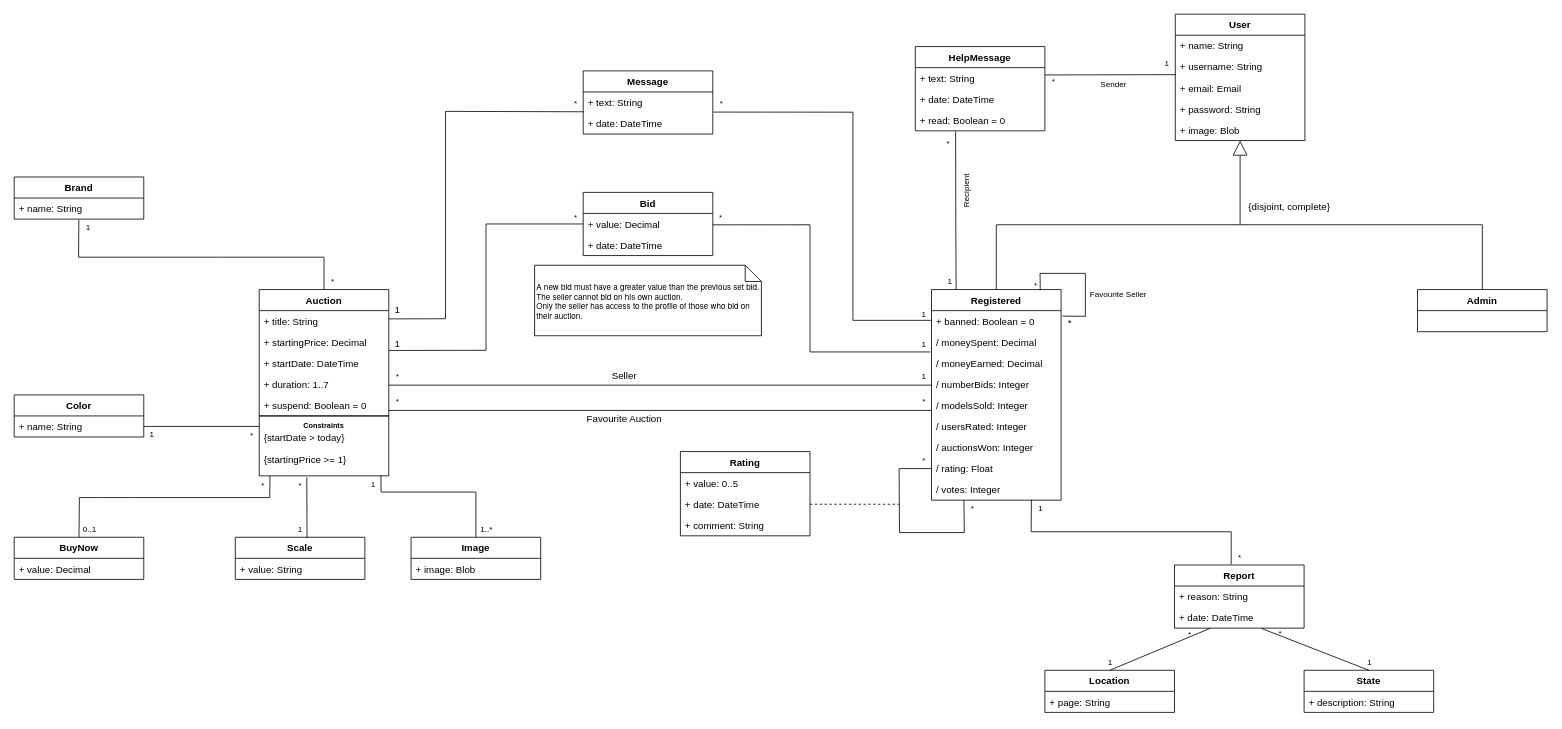
edurbrito/carbay keeps this draw.io diagram as docs/ebd/uml.drawio. Above is the earlier version. Source tidied: cells renumbered, new cells numbered last; positions are measured from the earlier drawing's top-left corner, leaving out a move shared by most shapes. Both pictures are drawn from the tidied source at 81%, with x=0, y=0 at pixel (14, 14).
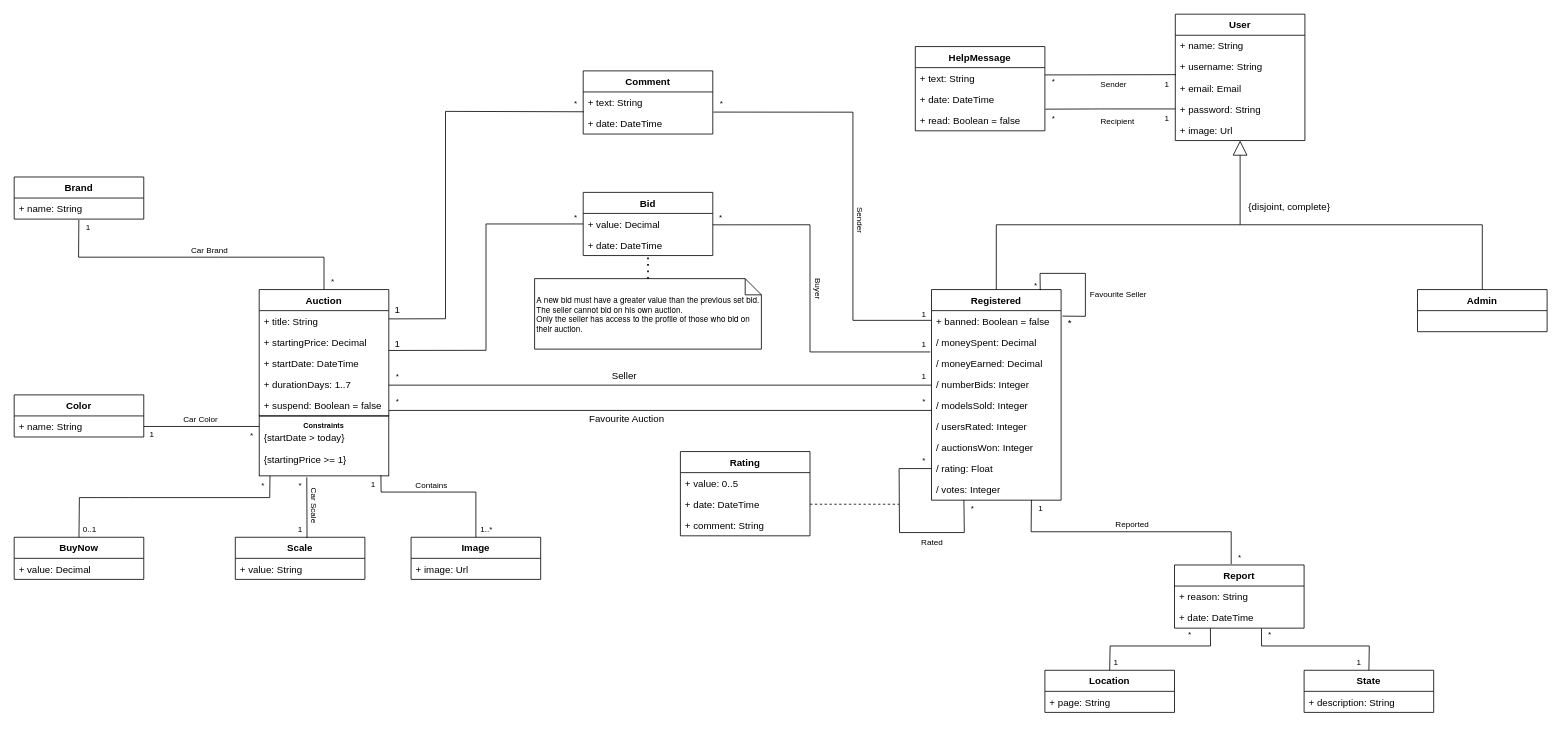
After the change.

Commit message:
Corrections uml

The change refers to these unchanged cells:
```xml
<mxCell id="2" value="Auction" style="swimlane;fontStyle=1;align=center;verticalAlign=top;horizontal=1;startSize=26;" parent="1" vertex="1">
  <mxGeometry x="302.5" y="340" width="160" height="156" as="geometry" />
</mxCell>
<mxCell id="8" value="User" style="swimlane;fontStyle=1;align=center;verticalAlign=top;horizontal=1;startSize=26;" parent="1" vertex="1">
  <mxGeometry x="1433.5" width="160" height="156" as="geometry" />
</mxCell>
<mxCell id="12" value="+ password: String" style="text;strokeColor=none;fillColor=none;align=left;verticalAlign=top;spacingLeft=4;spacingRight=4;overflow=hidden;points=[[0,0.5],[1,0.5]];portConstraint=eastwest;" parent="8" vertex="1">
  <mxGeometry y="104" width="160" height="26" as="geometry" />
</mxCell>
<mxCell id="14" value="Registered" style="swimlane;fontStyle=1;align=center;verticalAlign=top;horizontal=1;startSize=26;" parent="1" vertex="1">
  <mxGeometry x="1132.5" y="340" width="160" height="260" as="geometry" />
</mxCell>
<mxCell id="39" value="HelpMessage" style="swimlane;fontStyle=1;align=center;verticalAlign=top;horizontal=1;startSize=26;" parent="1" vertex="1">
  <mxGeometry x="1112.5" y="40" width="160" height="104" as="geometry" />
</mxCell>
<mxCell id="52" value="+ date: DateTime" style="text;strokeColor=none;fillColor=none;align=left;verticalAlign=top;spacingLeft=4;spacingRight=4;overflow=hidden;points=[[0,0.5],[1,0.5]];portConstraint=eastwest;" parent="50" vertex="1">
  <mxGeometry y="52" width="160" height="26" as="geometry" />
</mxCell>
<mxCell id="53" value="State" style="swimlane;fontStyle=1;align=center;verticalAlign=top;horizontal=1;startSize=26;" parent="1" vertex="1">
  <mxGeometry x="1592.5" y="810" width="160" height="52" as="geometry" />
</mxCell>
<mxCell id="55" value="Location" style="swimlane;fontStyle=1;align=center;verticalAlign=top;horizontal=1;startSize=26;" parent="1" vertex="1">
  <mxGeometry x="1272.5" y="810" width="160" height="52" as="geometry" />
</mxCell>
<mxCell id="63" style="endArrow=none;html=1;entryX=0.771;entryY=0.985;entryDx=0;entryDy=0;rounded=0;entryPerimeter=0;" parent="1" edge="1" target="25">
  <mxGeometry relative="1" as="geometry">
    <mxPoint x="1502.5" y="679" as="sourcePoint" />
    <Array as="points">
      <mxPoint x="1502.5" y="639" />
      <mxPoint x="1255.5" y="639" />
    </Array>
  </mxGeometry>
</mxCell>
<mxCell id="72" value="Bid" style="swimlane;fontStyle=1;align=center;verticalAlign=top;horizontal=1;startSize=26;" parent="1" vertex="1">
  <mxGeometry x="702.5" y="220" width="160" height="78" as="geometry" />
</mxCell>
<mxCell id="78" style="endArrow=none;html=1;entryX=-0.01;entryY=-0.038;entryDx=0;entryDy=0;entryPerimeter=0;exitX=1;exitY=0.541;exitDx=0;exitDy=0;rounded=0;exitPerimeter=0;" parent="1" edge="1" source="73" target="17">
  <mxGeometry relative="1" as="geometry">
    <Array as="points">
      <mxPoint x="982.5" y="260" />
      <mxPoint x="982.5" y="417" />
    </Array>
  </mxGeometry>
</mxCell>
<mxCell id="84" style="endArrow=none;html=1;entryX=-0.01;entryY=-0.038;entryDx=0;entryDy=0;entryPerimeter=0;exitX=1.004;exitY=0.957;exitDx=0;exitDy=0;rounded=0;exitPerimeter=0;" parent="1" edge="1" source="76">
  <mxGeometry relative="1" as="geometry">
    <mxPoint x="1132.9" y="378" as="targetPoint" />
    <Array as="points">
      <mxPoint x="1035.5" y="121" />
      <mxPoint x="1035.5" y="378" />
    </Array>
  </mxGeometry>
</mxCell>
<mxCell id="102" value="Image" style="swimlane;fontStyle=1;align=center;verticalAlign=top;horizontal=1;startSize=26;" parent="1" vertex="1">
  <mxGeometry x="490" y="645.8" width="160" height="52" as="geometry" />
</mxCell>
<mxCell id="106" style="html=1;fillColor=none;" parent="1" vertex="1">
  <mxGeometry x="302.5" y="496" width="160" height="74" as="geometry" />
</mxCell>
<mxCell id="111" style="endArrow=none;html=1;fontSize=10;exitX=0.952;exitY=1.048;exitDx=0;exitDy=0;exitPerimeter=0;entryX=0.938;entryY=0.051;entryDx=0;entryDy=0;entryPerimeter=0;" parent="1" edge="1" source="101" target="112">
  <mxGeometry relative="1" as="geometry" />
</mxCell>
<mxCell id="115" style="endArrow=none;html=1;fontSize=10;entryX=0;entryY=0.5;entryDx=0;entryDy=0;" parent="1" edge="1" source="97" target="107">
  <mxGeometry relative="1" as="geometry" />
</mxCell>
<mxCell id="117" style="endArrow=none;html=1;exitX=0.5;exitY=0;exitDx=0;exitDy=0;rounded=0;entryX=0.499;entryY=1.038;entryDx=0;entryDy=0;entryPerimeter=0;" parent="1" edge="1" source="2" target="94">
  <mxGeometry relative="1" as="geometry">
    <Array as="points">
      <mxPoint x="382.5" y="300" />
      <mxPoint x="252.5" y="300" />
      <mxPoint x="79.5" y="300" />
    </Array>
  </mxGeometry>
</mxCell>
```

What changed in the source:
```diff
@@
-    <mxCell id="6" value="+ duration: 1..7" style="text;strokeColor=none;fillColor=none;align=left;verticalAlign=top;spacingLeft=4;spacingRight=4;overflow=hidden;" parent="2" vertex="1">
+    <mxCell id="6" value="+ durationDays: 1..7" style="text;strokeColor=none;fillColor=none;align=left;verticalAlign=top;spacingLeft=4;spacingRight=4;overflow=hidden;" parent="2" vertex="1">
       <mxGeometry y="104" width="160" height="26" as="geometry" />
     </mxCell>
-    <mxCell id="7" value="+ suspend: Boolean = 0" style="text;strokeColor=none;fillColor=none;align=left;verticalAlign=top;spacingLeft=4;spacingRight=4;overflow=hidden;" parent="2" vertex="1">
+    <mxCell id="7" value="+ suspend: Boolean = false" style="text;strokeColor=none;fillColor=none;align=left;verticalAlign=top;spacingLeft=4;spacingRight=4;overflow=hidden;" parent="2" vertex="1">
       <mxGeometry y="130" width="160" height="26" as="geometry" />
     </mxCell>
@@
-    <mxCell id="13" value="+ image: Blob" style="text;strokeColor=none;fillColor=none;align=left;verticalAlign=top;spacingLeft=4;spacingRight=4;overflow=hidden;points=[[0,0.5],[1,0.5]];portConstraint=eastwest;" parent="8" vertex="1">
+    <mxCell id="13" value="+ image: Url" style="text;strokeColor=none;fillColor=none;align=left;verticalAlign=top;spacingLeft=4;spacingRight=4;overflow=hidden;points=[[0,0.5],[1,0.5]];portConstraint=eastwest;" parent="8" vertex="1">
       <mxGeometry y="130" width="160" height="26" as="geometry" />
     </mxCell>
@@
-    <mxCell id="15" value="+ banned: Boolean = 0" style="text;strokeColor=none;fillColor=none;align=left;verticalAlign=top;spacingLeft=4;spacingRight=4;overflow=hidden;points=[[0,0.5],[1,0.5]];portConstraint=eastwest;" parent="14" vertex="1">
+    <mxCell id="15" value="+ banned: Boolean = false" style="text;strokeColor=none;fillColor=none;align=left;verticalAlign=top;spacingLeft=4;spacingRight=4;overflow=hidden;points=[[0,0.5],[1,0.5]];portConstraint=eastwest;" parent="14" vertex="1">
       <mxGeometry y="26" width="160" height="26" as="geometry" />
     </mxCell>
@@
     <mxCell id="38" value="&lt;font style=&quot;font-size: 10px&quot;&gt;*&lt;/font&gt;" style="text;html=1;align=center;verticalAlign=middle;" parent="1" vertex="1">
-      <mxGeometry x="1142.5" y="149" width="20" height="20" as="geometry" />
+      <mxGeometry x="1272.5" y="118" width="20" height="20" as="geometry" />
     </mxCell>
@@
-    <mxCell id="42" value="+ read: Boolean = 0" style="text;strokeColor=none;fillColor=none;align=left;verticalAlign=top;spacingLeft=4;spacingRight=4;overflow=hidden;points=[[0,0.5],[1,0.5]];portConstraint=eastwest;" parent="39" vertex="1">
+    <mxCell id="42" value="+ read: Boolean = false" style="text;strokeColor=none;fillColor=none;align=left;verticalAlign=top;spacingLeft=4;spacingRight=4;overflow=hidden;points=[[0,0.5],[1,0.5]];portConstraint=eastwest;" parent="39" vertex="1">
       <mxGeometry y="78" width="160" height="26" as="geometry" />
     </mxCell>
@@
     <mxCell id="44" value="&lt;font style=&quot;font-size: 10px&quot;&gt;1&lt;/font&gt;" style="text;html=1;align=center;verticalAlign=middle;" parent="1" vertex="1">
-      <mxGeometry x="1144.5" y="320" width="20" height="20" as="geometry" />
+      <mxGeometry x="1412.5" y="118" width="20" height="20" as="geometry" />
     </mxCell>
-    <mxCell id="45" style="endArrow=none;html=1;exitX=0.115;exitY=0;exitDx=0;exitDy=0;exitPerimeter=0;entryX=0.311;entryY=1.033;entryDx=0;entryDy=0;entryPerimeter=0;" parent="1" edge="1">
+    <mxCell id="45" style="endArrow=none;html=1;exitX=0;exitY=0.5;exitDx=0;exitDy=0;entryX=1.004;entryY=-0.028;entryDx=0;entryDy=0;entryPerimeter=0;" parent="1" edge="1" source="12" target="42">
       <mxGeometry relative="1" as="geometry">
-        <mxPoint x="1162.9" y="340" as="sourcePoint" />
-        <mxPoint x="1162.3" y="144.9" as="targetPoint" />
         <Array as="points">
-          <mxPoint x="1162.5" y="260" />
+          <mxPoint x="1340" y="117" />
         </Array>
       </mxGeometry>
     </mxCell>
-    <mxCell id="46" value="&lt;font style=&quot;font-size: 10px&quot;&gt;Recipient&lt;/font&gt;" style="edgeLabel;html=1;align=center;verticalAlign=middle;rotation=-90;" parent="45" vertex="1">
+    <mxCell id="46" value="&lt;font style=&quot;font-size: 10px&quot;&gt;Recipient&lt;/font&gt;" style="edgeLabel;html=1;align=center;verticalAlign=middle;rotation=0;" parent="45" vertex="1">
       <mxGeometry x="0.01" y="-2" relative="1" as="geometry">
-        <mxPoint x="9.9" y="-21.8" as="offset" />
+        <mxPoint x="9.4" y="16" as="offset" />
       </mxGeometry>
     </mxCell>
     <mxCell id="47" value="&lt;font style=&quot;font-size: 10px&quot;&gt;1&lt;/font&gt;" style="text;html=1;align=center;verticalAlign=middle;" parent="1" vertex="1">
-      <mxGeometry x="1412.5" y="51" width="20" height="20" as="geometry" />
+      <mxGeometry x="1412.5" y="76" width="20" height="20" as="geometry" />
     </mxCell>
@@
-    <mxCell id="57" style="endArrow=none;html=1;exitX=0.5;exitY=0;exitDx=0;exitDy=0;entryX=0.277;entryY=1.005;entryDx=0;entryDy=0;entryPerimeter=0;" parent="1" edge="1" source="55" target="52">
-      <mxGeometry relative="1" as="geometry" />
+    <mxCell id="57" style="endArrow=none;html=1;exitX=0.5;exitY=0;exitDx=0;exitDy=0;entryX=0.277;entryY=1.005;entryDx=0;entryDy=0;entryPerimeter=0;rounded=0;" parent="1" edge="1" source="55" target="52">
+      <mxGeometry relative="1" as="geometry">
+        <Array as="points">
+          <mxPoint x="1353" y="780" />
+          <mxPoint x="1477" y="780" />
+        </Array>
+      </mxGeometry>
     </mxCell>
-    <mxCell id="58" style="endArrow=none;html=1;exitX=0.5;exitY=0;exitDx=0;exitDy=0;entryX=0.671;entryY=1.013;entryDx=0;entryDy=0;entryPerimeter=0;" parent="1" edge="1" source="53" target="52">
-      <mxGeometry relative="1" as="geometry" />
+    <mxCell id="58" style="endArrow=none;html=1;exitX=0.5;exitY=0;exitDx=0;exitDy=0;entryX=0.671;entryY=1.013;entryDx=0;entryDy=0;entryPerimeter=0;rounded=0;" parent="1" edge="1" source="53" target="52">
+      <mxGeometry relative="1" as="geometry">
+        <Array as="points">
+          <mxPoint x="1673" y="780" />
+          <mxPoint x="1540" y="780" />
+        </Array>
+      </mxGeometry>
     </mxCell>
     <mxCell id="59" value="&lt;font style=&quot;font-size: 10px&quot;&gt;1&lt;/font&gt;" style="text;html=1;align=center;verticalAlign=middle;" parent="1" vertex="1">
-      <mxGeometry x="1662.5" y="790" width="20" height="20" as="geometry" />
+      <mxGeometry x="1650" y="790" width="20" height="20" as="geometry" />
     </mxCell>
     <mxCell id="60" value="&lt;span style=&quot;font-size: 10px&quot;&gt;*&lt;/span&gt;" style="text;html=1;align=center;verticalAlign=middle;" parent="1" vertex="1">
-      <mxGeometry x="1552.5" y="754" width="20" height="20" as="geometry" />
+      <mxGeometry x="1540" y="756" width="20" height="20" as="geometry" />
     </mxCell>
     <mxCell id="61" value="&lt;font style=&quot;font-size: 10px&quot;&gt;1&lt;/font&gt;" style="text;html=1;align=center;verticalAlign=middle;" parent="1" vertex="1">
-      <mxGeometry x="1342.5" y="790" width="20" height="20" as="geometry" />
+      <mxGeometry x="1350" y="790" width="20" height="20" as="geometry" />
     </mxCell>
@@
+    <mxCell id="125" value="&lt;font style=&quot;font-size: 10px&quot;&gt;Reported&lt;/font&gt;" style="edgeLabel;html=1;align=center;verticalAlign=middle;" parent="63" vertex="1">
+      <mxGeometry x="0.16" y="2" relative="1" as="geometry">
+        <mxPoint x="26" y="-12" as="offset" />
+      </mxGeometry>
+    </mxCell>
@@
     <mxCell id="70" value="Favourite Auction" style="text;html=1;align=center;verticalAlign=middle;" parent="1" vertex="1">
-      <mxGeometry x="697.5" y="490" width="110" height="20" as="geometry" />
+      <mxGeometry x="700.5" y="490" width="110" height="20" as="geometry" />
     </mxCell>
@@
-    <mxCell id="75" value="Message" style="swimlane;fontStyle=1;align=center;verticalAlign=top;horizontal=1;startSize=26;" parent="1" vertex="1">
+    <mxCell id="75" value="Comment" style="swimlane;fontStyle=1;align=center;verticalAlign=top;horizontal=1;startSize=26;" parent="1" vertex="1">
       <mxGeometry x="702.5" y="70" width="160" height="78" as="geometry" />
     </mxCell>
@@
+    <mxCell id="126" value="&lt;font style=&quot;font-size: 10px&quot;&gt;Buyer&lt;br&gt;&lt;/font&gt;" style="edgeLabel;html=1;align=center;verticalAlign=middle;rotation=90;" parent="78" vertex="1">
+      <mxGeometry x="-0.22" y="-1" relative="1" as="geometry">
+        <mxPoint x="11.5" y="31.7" as="offset" />
+      </mxGeometry>
+    </mxCell>
@@
+    <mxCell id="127" value="&lt;font style=&quot;font-size: 10px&quot;&gt;Sender&lt;/font&gt;" style="edgeLabel;html=1;align=center;verticalAlign=middle;rotation=90;" parent="84" vertex="1">
+      <mxGeometry x="0.03" y="-1" relative="1" as="geometry">
+        <mxPoint x="11.5" y="33.4" as="offset" />
+      </mxGeometry>
+    </mxCell>
@@
-    <mxCell id="103" value="+ image: Blob" style="text;strokeColor=none;fillColor=none;align=left;verticalAlign=top;spacingLeft=4;spacingRight=4;overflow=hidden;" parent="102" vertex="1">
+    <mxCell id="103" value="+ image: Url" style="text;strokeColor=none;fillColor=none;align=left;verticalAlign=top;spacingLeft=4;spacingRight=4;overflow=hidden;" parent="102" vertex="1">
       <mxGeometry y="26" width="160" height="26" as="geometry" />
     </mxCell>
     <mxCell id="104" style="endArrow=none;html=1;exitX=0.5;exitY=0;exitDx=0;exitDy=0;rounded=0;entryX=0.939;entryY=0.99;entryDx=0;entryDy=0;entryPerimeter=0;" parent="1" edge="1" source="102" target="106">
       <mxGeometry relative="1" as="geometry">
         <Array as="points">
           <mxPoint x="570" y="590" />
+          <mxPoint x="510" y="590" />
           <mxPoint x="453" y="590" />
         </Array>
       </mxGeometry>
     </mxCell>
+    <mxCell id="128" value="&lt;font style=&quot;font-size: 10px&quot;&gt;Contains&lt;/font&gt;" style="edgeLabel;html=1;align=center;verticalAlign=middle;" parent="104" vertex="1">
+      <mxGeometry x="0.04" y="-3" relative="1" as="geometry">
+        <mxPoint x="-10" y="-7" as="offset" />
+      </mxGeometry>
+    </mxCell>
@@
+    <mxCell id="129" value="&lt;font style=&quot;font-size: 10px&quot;&gt;Car Scale&lt;/font&gt;" style="edgeLabel;html=1;align=center;verticalAlign=middle;rotation=90;" parent="111" vertex="1">
+      <mxGeometry x="0.28" y="1" relative="1" as="geometry">
+        <mxPoint x="11" y="7" as="offset" />
+      </mxGeometry>
+    </mxCell>
@@
+    <mxCell id="130" value="&lt;font style=&quot;font-size: 10px&quot;&gt;Car Color&lt;/font&gt;" style="edgeLabel;html=1;align=center;verticalAlign=middle;" parent="115" vertex="1">
+      <mxGeometry x="-0.24" y="-2" relative="1" as="geometry">
+        <mxPoint x="15.7" y="-12" as="offset" />
+      </mxGeometry>
+    </mxCell>
@@
+    <mxCell id="131" value="&lt;font style=&quot;font-size: 10px&quot;&gt;Car Brand&lt;/font&gt;" style="edgeLabel;html=1;align=center;verticalAlign=middle;" parent="117" vertex="1">
+      <mxGeometry x="0.03" relative="1" as="geometry">
+        <mxPoint x="17.5" y="-10" as="offset" />
+      </mxGeometry>
+    </mxCell>
@@
     <mxCell id="119" value="&lt;font style=&quot;font-size: 10px&quot; face=&quot;whitney, helvetica neue, helvetica, arial, sans-serif&quot;&gt;&lt;div&gt;A new bid must have a greater value than the previous set bid.&lt;/div&gt;&lt;div&gt;The seller cannot bid on his own auction.&lt;/div&gt;&lt;div&gt;Only the seller has access to the profile of those who bid on their auction.&lt;/div&gt;&lt;/font&gt;" style="shape=note;size=20;whiteSpace=wrap;html=1;fillColor=none;fontSize=9;align=left;" parent="1" vertex="1">
-      <mxGeometry x="642.5" y="310" width="280" height="87" as="geometry" />
+      <mxGeometry x="642.5" y="326.5" width="280" height="87" as="geometry" />
     </mxCell>
@@
+    <mxCell id="132" value="&lt;font style=&quot;font-size: 10px&quot;&gt;Rated&lt;/font&gt;" style="text;html=1;align=center;verticalAlign=middle;" parent="1" vertex="1">
+      <mxGeometry x="1113" y="642" width="40" height="20" as="geometry" />
+    </mxCell>
+    <mxCell id="133" style="endArrow=none;dashed=1;html=1;dashPattern=1 3;strokeWidth=2;exitX=0.5;exitY=0;exitDx=0;exitDy=0;exitPerimeter=0;entryX=0.5;entryY=1;entryDx=0;entryDy=0;" parent="1" edge="1" source="119" target="72">
+      <mxGeometry relative="1" as="geometry" />
+    </mxCell>
```
